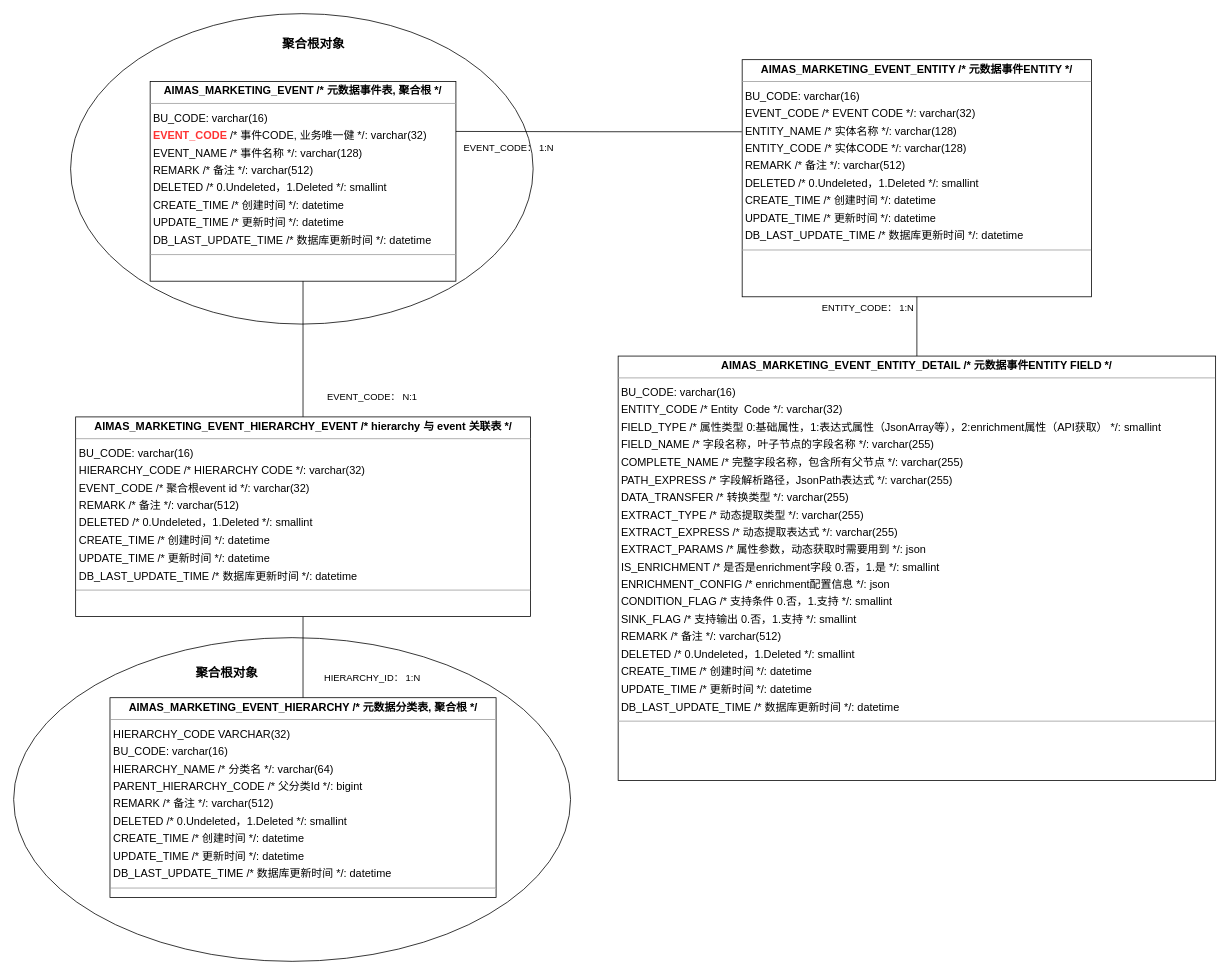
This is techlab/AIMAS event center ER.drawio from qiufang1314/drawio, a draw.io file, before an edit. Source tidied: cells renumbered, new cells numbered last; positions are measured from the earlier drawing's top-left corner, leaving out a move shared by most shapes. Both pictures are drawn from the tidied source at 78%, with x=0, y=0 at pixel (13, 13).
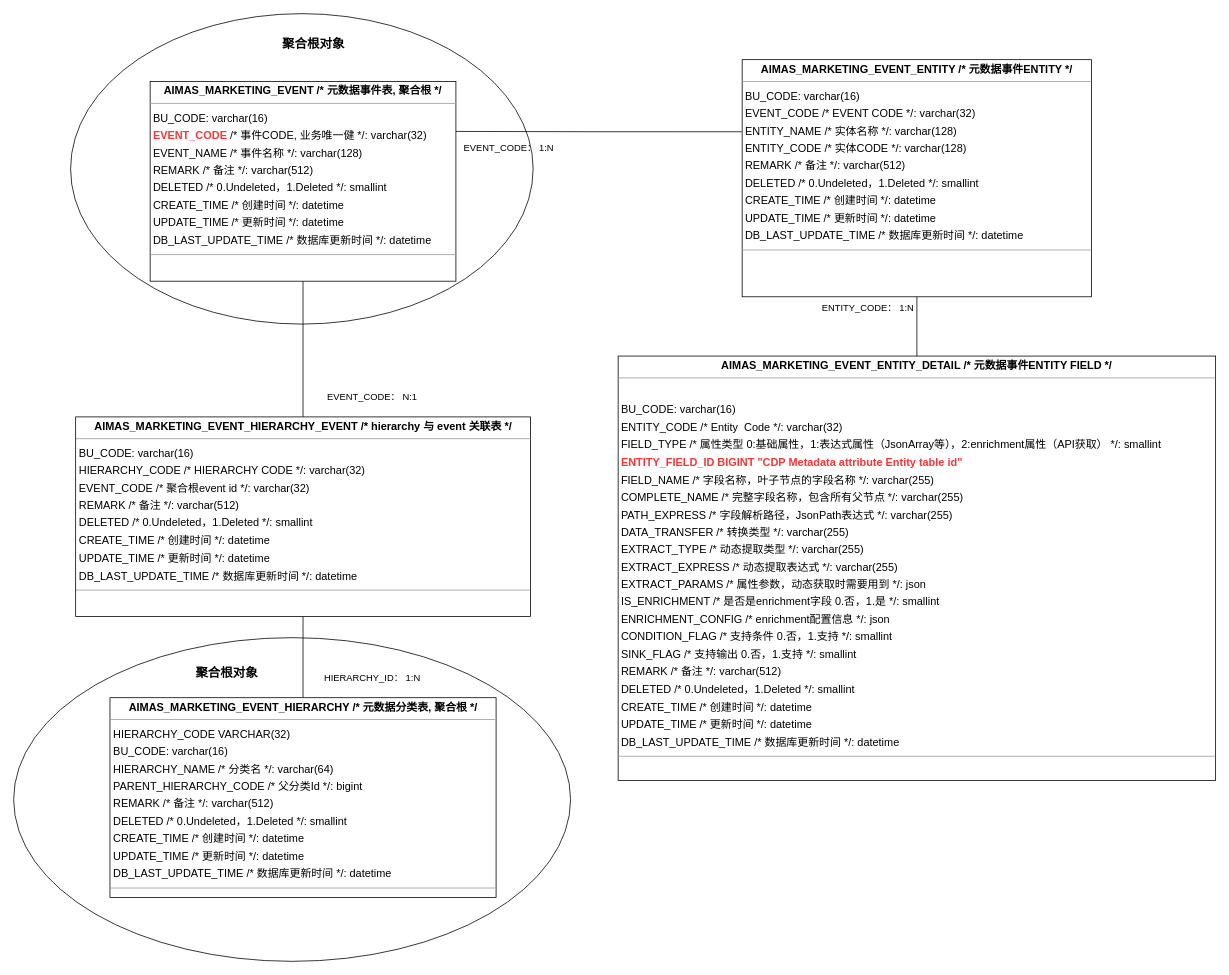
The same page after the edit.

Diff of the diagram source:
```diff
@@
 <mxGraphModel>
   <root>
     <mxCell id="0" />
     <mxCell id="1" parent="0" />
     <mxCell id="2" style="ellipse;whiteSpace=wrap;html=1;" parent="1" vertex="1">
       <mxGeometry y="800" width="714" height="415" as="geometry" />
     </mxCell>
     <mxCell id="3" style="ellipse;whiteSpace=wrap;html=1;" parent="1" vertex="1">
       <mxGeometry x="73" width="593" height="398" as="geometry" />
     </mxCell>
     <mxCell id="4" value="&lt;p style=&quot;margin:0px;margin-top:4px;text-align:center;&quot;&gt;&lt;b&gt;AIMAS_MARKETING_EVENT  /* 元数据事件表, 聚合根 */&lt;/b&gt;&lt;/p&gt;&lt;hr size=&quot;1&quot;&gt;&lt;p style=&quot;margin:0 0 0 4px;line-height:1.6;&quot;&gt; BU_CODE: varchar(16)&lt;br&gt;&lt;b&gt;&lt;font color=&quot;#ff3333&quot;&gt; EVENT_CODE&lt;/font&gt;&lt;/b&gt;  /* 事件CODE, 业务唯一健 */: varchar(32)&lt;br&gt; EVENT_NAME  /* 事件名称 */: varchar(128)&lt;br&gt; REMARK  /* 备注 */: varchar(512)&lt;br&gt; DELETED  /* 0.Undeleted，1.Deleted */: smallint&lt;br&gt; CREATE_TIME  /* 创建时间 */: datetime&lt;br&gt; UPDATE_TIME  /* 更新时间 */: datetime&lt;br&gt; DB_LAST_UPDATE_TIME  /* 数据库更新时间 */: datetime&lt;/p&gt;&lt;hr size=&quot;1&quot;&gt;&lt;p style=&quot;margin:0 0 0 4px;line-height:1.6;&quot;&gt;&lt;br&gt;&lt;/p&gt;" style="verticalAlign=top;align=left;overflow=fill;fontSize=14;fontFamily=Helvetica;html=1;rounded=0;shadow=0;comic=0;labelBackgroundColor=none;strokeWidth=1;" parent="1" vertex="1">
       <mxGeometry x="175" y="87" width="392" height="256" as="geometry" />
     </mxCell>
     <mxCell id="5" style="edgeStyle=orthogonalEdgeStyle;rounded=0;jettySize=auto;html=1;entryX=1;entryY=0.25;entryDx=0;entryDy=0;exitX=-0.001;exitY=0.304;exitDx=0;exitDy=0;exitPerimeter=0;endArrow=none;endFill=0;" parent="1" edge="1" source="6" target="4">
       <mxGeometry relative="1" as="geometry" />
     </mxCell>
     <mxCell id="6" value="&lt;p style=&quot;margin:0px;margin-top:4px;text-align:center;&quot;&gt;&lt;b&gt;AIMAS_MARKETING_EVENT_ENTITY  /* 元数据事件ENTITY */&lt;/b&gt;&lt;/p&gt;&lt;hr size=&quot;1&quot;&gt;&lt;p style=&quot;margin:0 0 0 4px;line-height:1.6;&quot;&gt;BU_CODE: varchar(16)&lt;br&gt;&lt;/p&gt;&lt;p style=&quot;margin:0 0 0 4px;line-height:1.6;&quot;&gt; EVENT_CODE  /* EVENT CODE */: varchar(32)&lt;br&gt; ENTITY_NAME  /* 实体名称 */: varchar(128)&lt;br&gt; ENTITY_CODE  /* 实体CODE */: varchar(128)&lt;br&gt; REMARK  /* 备注 */: varchar(512)&lt;br&gt; DELETED  /* 0.Undeleted，1.Deleted */: smallint&lt;br&gt; CREATE_TIME  /* 创建时间 */: datetime&lt;br&gt; UPDATE_TIME  /* 更新时间 */: datetime&lt;br&gt; DB_LAST_UPDATE_TIME  /* 数据库更新时间 */: datetime&lt;/p&gt;&lt;hr size=&quot;1&quot;&gt;&lt;p style=&quot;margin:0 0 0 4px;line-height:1.6;&quot;&gt;&lt;br&gt;&lt;/p&gt;" style="verticalAlign=top;align=left;overflow=fill;fontSize=14;fontFamily=Helvetica;html=1;rounded=0;shadow=0;comic=0;labelBackgroundColor=none;strokeWidth=1;" parent="1" vertex="1">
       <mxGeometry x="934" y="59" width="448" height="304" as="geometry" />
     </mxCell>
     <mxCell id="7" style="edgeStyle=orthogonalEdgeStyle;rounded=0;jettySize=auto;html=1;endArrow=none;endFill=0;" parent="1" edge="1" source="8" target="6">
       <mxGeometry relative="1" as="geometry" />
     </mxCell>
-    <mxCell id="8" value="&lt;p style=&quot;margin:0px;margin-top:4px;text-align:center;&quot;&gt;&lt;b&gt;AIMAS_MARKETING_EVENT_ENTITY_DETAIL /* 元数据事件ENTITY FIELD */&lt;/b&gt;&lt;/p&gt;&lt;hr size=&quot;1&quot;&gt;&lt;p style=&quot;margin:0 0 0 4px;line-height:1.6;&quot;&gt; BU_CODE: varchar(16)&lt;br&gt; ENTITY_CODE /* Entity &amp;nbsp;Code */: varchar(32)&lt;br&gt; FIELD_TYPE  /* 属性类型 0:基础属性，1:表达式属性（JsonArray等），2:enrichment属性（API获取） */: smallint&lt;br&gt; FIELD_NAME  /* 字段名称，叶子节点的字段名称 */: varchar(255)&lt;br&gt; COMPLETE_NAME  /* 完整字段名称，包含所有父节点 */: varchar(255)&lt;br&gt; PATH_EXPRESS  /* 字段解析路径，JsonPath表达式 */: varchar(255)&lt;br&gt; DATA_TRANSFER  /* 转换类型 */: varchar(255)&lt;br&gt; EXTRACT_TYPE  /* 动态提取类型 */: varchar(255)&lt;br&gt; EXTRACT_EXPRESS  /* 动态提取表达式 */: varchar(255)&lt;br&gt; EXTRACT_PARAMS  /* 属性参数，动态获取时需要用到 */: json&lt;br&gt; IS_ENRICHMENT  /* 是否是enrichment字段 0.否，1.是 */: smallint&lt;br&gt; ENRICHMENT_CONFIG  /* enrichment配置信息 */: json&lt;br&gt; CONDITION_FLAG  /* 支持条件 0.否，1.支持 */: smallint&lt;br&gt; SINK_FLAG  /* 支持输出 0.否，1.支持 */: smallint&lt;br&gt; REMARK  /* 备注 */: varchar(512)&lt;br&gt; DELETED  /* 0.Undeleted，1.Deleted */: smallint&lt;br&gt; CREATE_TIME  /* 创建时间 */: datetime&lt;br&gt; UPDATE_TIME  /* 更新时间 */: datetime&lt;br&gt; DB_LAST_UPDATE_TIME  /* 数据库更新时间 */: datetime&lt;/p&gt;&lt;hr size=&quot;1&quot;&gt;&lt;p style=&quot;margin:0 0 0 4px;line-height:1.6;&quot;&gt;&lt;br&gt;&lt;/p&gt;" style="verticalAlign=top;align=left;overflow=fill;fontSize=14;fontFamily=Helvetica;html=1;rounded=0;shadow=0;comic=0;labelBackgroundColor=none;strokeWidth=1;" parent="1" vertex="1">
+    <mxCell id="8" value="&lt;p style=&quot;margin:0px;margin-top:4px;text-align:center;&quot;&gt;&lt;b&gt;AIMAS_MARKETING_EVENT_ENTITY_DETAIL /* 元数据事件ENTITY FIELD */&lt;/b&gt;&lt;/p&gt;&lt;hr size=&quot;1&quot;&gt;&lt;p style=&quot;margin:0 0 0 4px;line-height:1.6;&quot;&gt;&lt;br&gt;&lt;/p&gt;&lt;p style=&quot;margin:0 0 0 4px;line-height:1.6;&quot;&gt; BU_CODE: varchar(16)&lt;br&gt; ENTITY_CODE /* Entity &amp;nbsp;Code */: varchar(32)&lt;br&gt; FIELD_TYPE  /* 属性类型 0:基础属性，1:表达式属性（JsonArray等），2:enrichment属性（API获取） */: smallint&lt;/p&gt;&lt;p style=&quot;margin:0 0 0 4px;line-height:1.6;&quot;&gt;&lt;font color=&quot;#ff3333&quot;&gt;&lt;b&gt;ENTITY_FIELD_ID BIGINT &quot;CDP Metadata attribute Entity table id&quot;&lt;/b&gt;&lt;/font&gt;&lt;br&gt; FIELD_NAME  /* 字段名称，叶子节点的字段名称 */: varchar(255)&lt;br&gt; COMPLETE_NAME  /* 完整字段名称，包含所有父节点 */: varchar(255)&lt;br&gt; PATH_EXPRESS  /* 字段解析路径，JsonPath表达式 */: varchar(255)&lt;br&gt; DATA_TRANSFER  /* 转换类型 */: varchar(255)&lt;br&gt; EXTRACT_TYPE  /* 动态提取类型 */: varchar(255)&lt;br&gt; EXTRACT_EXPRESS  /* 动态提取表达式 */: varchar(255)&lt;br&gt; EXTRACT_PARAMS  /* 属性参数，动态获取时需要用到 */: json&lt;br&gt; IS_ENRICHMENT  /* 是否是enrichment字段 0.否，1.是 */: smallint&lt;br&gt; ENRICHMENT_CONFIG  /* enrichment配置信息 */: json&lt;br&gt; CONDITION_FLAG  /* 支持条件 0.否，1.支持 */: smallint&lt;br&gt; SINK_FLAG  /* 支持输出 0.否，1.支持 */: smallint&lt;br&gt; REMARK  /* 备注 */: varchar(512)&lt;br&gt; DELETED  /* 0.Undeleted，1.Deleted */: smallint&lt;br&gt; CREATE_TIME  /* 创建时间 */: datetime&lt;br&gt; UPDATE_TIME  /* 更新时间 */: datetime&lt;br&gt; DB_LAST_UPDATE_TIME  /* 数据库更新时间 */: datetime&lt;/p&gt;&lt;hr size=&quot;1&quot;&gt;&lt;p style=&quot;margin:0 0 0 4px;line-height:1.6;&quot;&gt;&lt;br&gt;&lt;/p&gt;" style="verticalAlign=top;align=left;overflow=fill;fontSize=14;fontFamily=Helvetica;html=1;rounded=0;shadow=0;comic=0;labelBackgroundColor=none;strokeWidth=1;" parent="1" vertex="1">
       <mxGeometry x="775" y="439" width="766" height="544" as="geometry" />
     </mxCell>
     <mxCell id="9" value="&lt;p style=&quot;margin:0px;margin-top:4px;text-align:center;&quot;&gt;&lt;b&gt;AIMAS_MARKETING_EVENT_HIERARCHY  /* 元数据分类表, 聚合根 */&lt;/b&gt;&lt;/p&gt;&lt;hr size=&quot;1&quot;&gt;&lt;p style=&quot;margin:0 0 0 4px;line-height:1.6;&quot;&gt;HIERARCHY_CODE VARCHAR(32)&lt;/p&gt;&lt;p style=&quot;margin:0 0 0 4px;line-height:1.6;&quot;&gt; BU_CODE: varchar(16)&lt;br&gt; HIERARCHY_NAME  /* 分类名 */: varchar(64)&lt;br&gt; PARENT_HIERARCHY_CODE /* 父分类Id */: bigint&lt;br&gt; REMARK  /* 备注 */: varchar(512)&lt;br&gt; DELETED  /* 0.Undeleted，1.Deleted */: smallint&lt;br&gt; CREATE_TIME  /* 创建时间 */: datetime&lt;br&gt; UPDATE_TIME  /* 更新时间 */: datetime&lt;br&gt; DB_LAST_UPDATE_TIME  /* 数据库更新时间 */: datetime&lt;/p&gt;&lt;hr size=&quot;1&quot;&gt;&lt;p style=&quot;margin:0 0 0 4px;line-height:1.6;&quot;&gt;&lt;br&gt;&lt;/p&gt;" style="verticalAlign=top;align=left;overflow=fill;fontSize=14;fontFamily=Helvetica;html=1;rounded=0;shadow=0;comic=0;labelBackgroundColor=none;strokeWidth=1;" parent="1" vertex="1">
       <mxGeometry x="123.5" y="877" width="495" height="256" as="geometry" />
     </mxCell>
     <mxCell id="10" style="edgeStyle=orthogonalEdgeStyle;rounded=0;jettySize=auto;html=1;entryX=0.5;entryY=1;entryDx=0;entryDy=0;endArrow=none;endFill=0;" parent="1" edge="1" source="12" target="4">
       <mxGeometry relative="1" as="geometry" />
     </mxCell>
     <mxCell id="11" style="edgeStyle=orthogonalEdgeStyle;rounded=0;jettySize=auto;html=1;endArrow=none;endFill=0;" parent="1" edge="1" source="12" target="9">
       <mxGeometry relative="1" as="geometry" />
     </mxCell>
     <mxCell id="12" value="&lt;p style=&quot;margin:0px;margin-top:4px;text-align:center;&quot;&gt;&lt;b&gt;AIMAS_MARKETING_EVENT_HIERARCHY_EVENT  /* hierarchy 与 event 关联表 */&lt;/b&gt;&lt;/p&gt;&lt;hr size=&quot;1&quot;&gt;&lt;p style=&quot;margin:0 0 0 4px;line-height:1.6;&quot;&gt; BU_CODE: varchar(16)&lt;br&gt; HIERARCHY_CODE /* HIERARCHY CODE */: varchar(32)&lt;br&gt; EVENT_CODE  /* 聚合根event id  */: varchar(32)&lt;br&gt; REMARK  /* 备注 */: varchar(512)&lt;br&gt; DELETED  /* 0.Undeleted，1.Deleted */: smallint&lt;br&gt; CREATE_TIME  /* 创建时间 */: datetime&lt;br&gt; UPDATE_TIME  /* 更新时间 */: datetime&lt;br&gt; DB_LAST_UPDATE_TIME  /* 数据库更新时间 */: datetime&lt;/p&gt;&lt;hr size=&quot;1&quot;&gt;&lt;p style=&quot;margin:0 0 0 4px;line-height:1.6;&quot;&gt;&lt;br&gt;&lt;/p&gt;" style="verticalAlign=top;align=left;overflow=fill;fontSize=14;fontFamily=Helvetica;html=1;rounded=0;shadow=0;comic=0;labelBackgroundColor=none;strokeWidth=1;" parent="1" vertex="1">
       <mxGeometry x="79.5" y="517" width="583" height="256" as="geometry" />
     </mxCell>
     <mxCell id="13" value="EVENT_CODE： 1:N" style="text;html=1;align=center;verticalAlign=middle;whiteSpace=wrap;rounded=0;" parent="1" vertex="1">
       <mxGeometry x="575" y="157" width="120" height="30" as="geometry" />
     </mxCell>
     <mxCell id="14" value="ENTITY_CODE： 1:N" style="text;html=1;align=center;verticalAlign=middle;whiteSpace=wrap;rounded=0;" parent="1" vertex="1">
       <mxGeometry x="1029" y="363" width="133" height="30" as="geometry" />
     </mxCell>
     <mxCell id="15" value="EVENT_CODE： N:1" style="text;html=1;align=center;verticalAlign=middle;whiteSpace=wrap;rounded=0;" parent="1" vertex="1">
       <mxGeometry x="375" y="477" width="170" height="30" as="geometry" />
     </mxCell>
     <mxCell id="16" value="HIERARCHY_ID： 1:N" style="text;html=1;align=center;verticalAlign=middle;whiteSpace=wrap;rounded=0;" parent="1" vertex="1">
       <mxGeometry x="375" y="837" width="170" height="30" as="geometry" />
     </mxCell>
     <mxCell id="17" value="聚合根对象" style="text;html=1;align=center;verticalAlign=middle;whiteSpace=wrap;rounded=0;fontStyle=1;fontSize=16;" parent="1" vertex="1">
       <mxGeometry x="329" y="24" width="111" height="30" as="geometry" />
     </mxCell>
     <mxCell id="18" value="聚合根对象" style="text;html=1;align=center;verticalAlign=middle;whiteSpace=wrap;rounded=0;fontStyle=1;fontSize=16;" parent="1" vertex="1">
       <mxGeometry x="202" y="830" width="143" height="30" as="geometry" />
     </mxCell>
   </root>
 </mxGraphModel>
```
